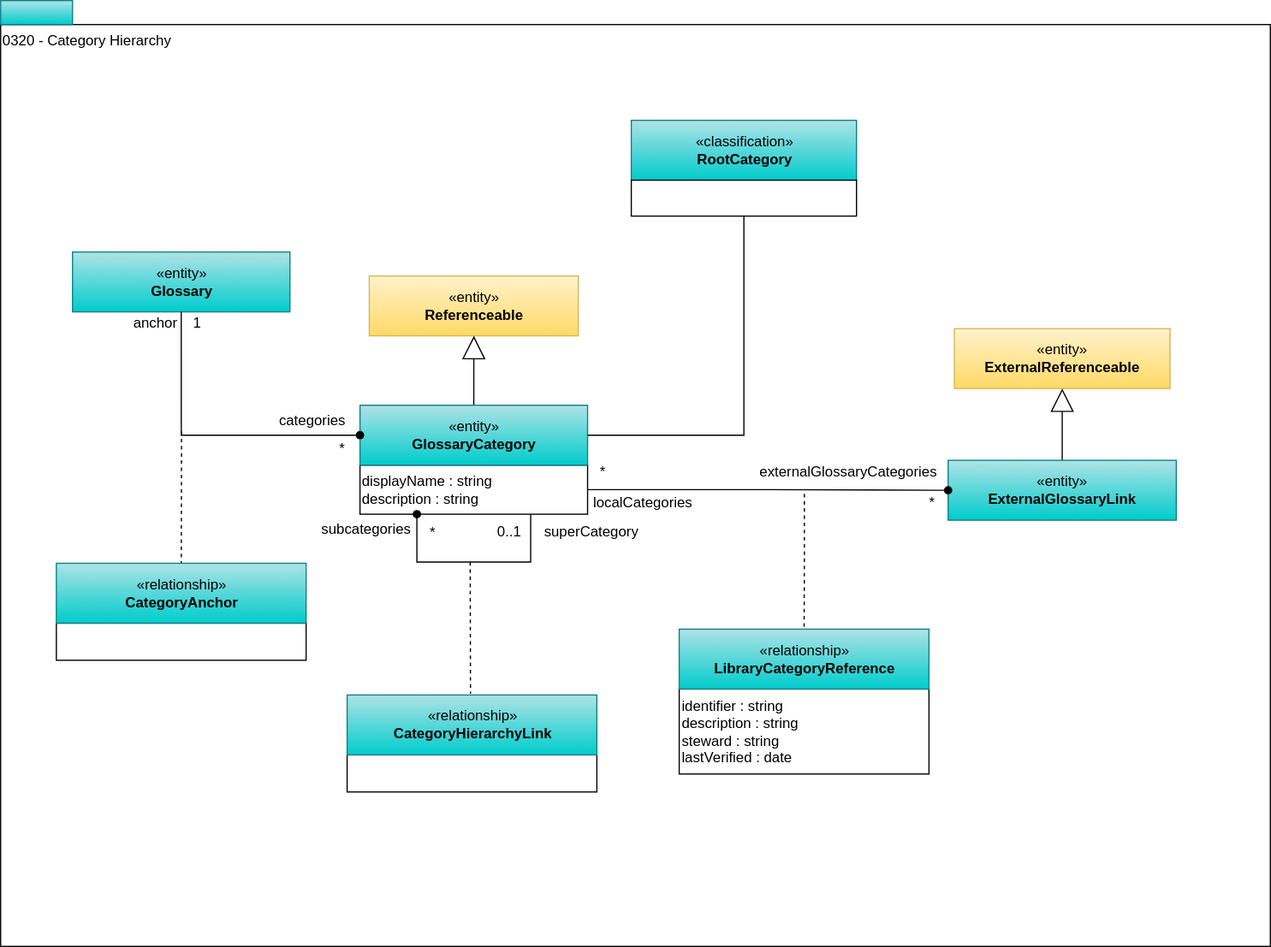
Above: site/docs/types/3/0320-Category-Hierarchy.svg in odpi/egeria-docs (draw.io), before the change. Source tidied: cells renumbered, new cells last; positions are measured from the earlier drawing's top-left corner, leaving out a move shared by most shapes.
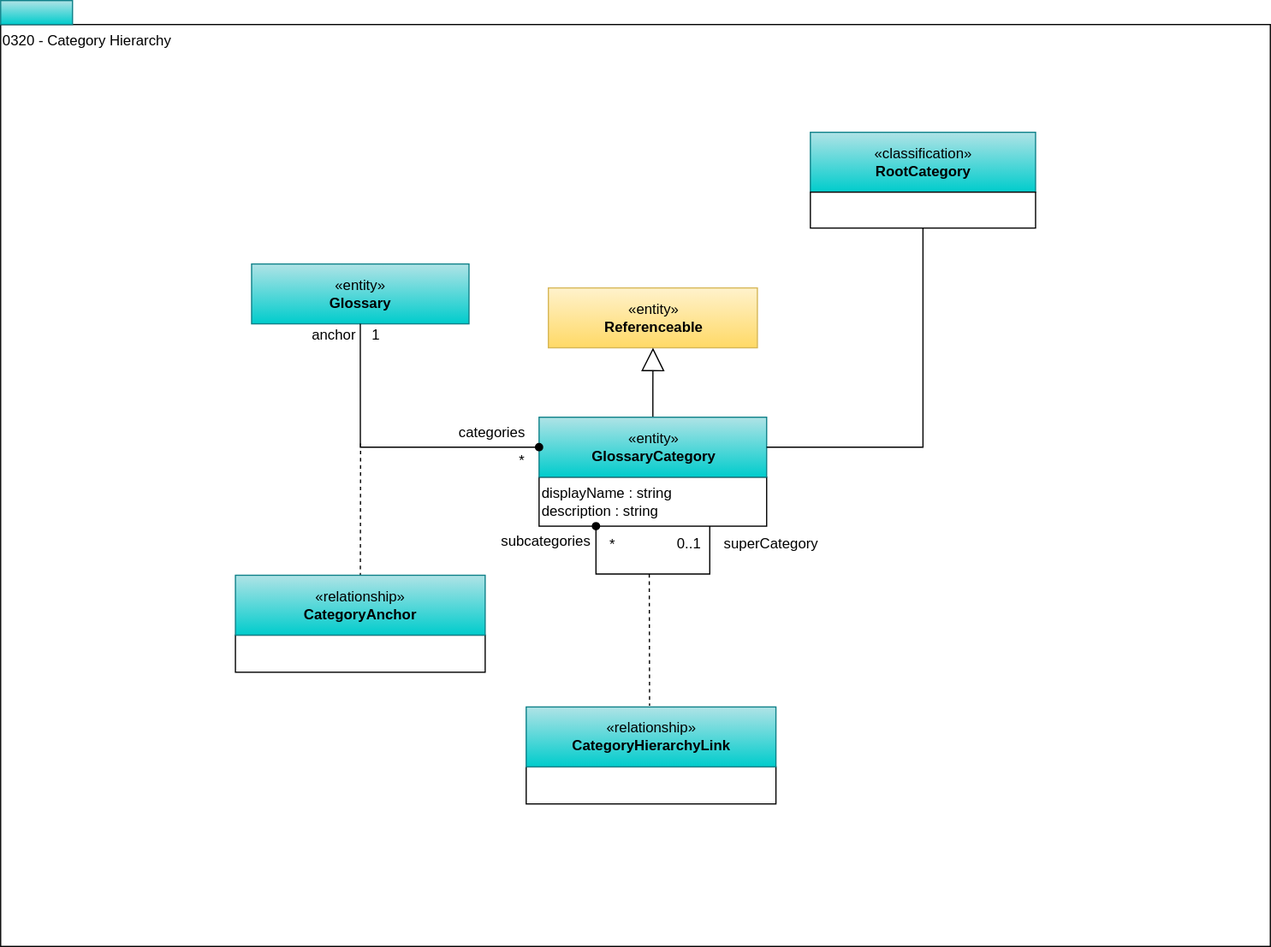
The same file after the commit.

The edit, as a diff of the source:
```diff
@@ -6,128 +6,93 @@
       <mxGeometry y="20" width="1060" height="770" as="geometry" />
     </mxCell>
     <mxCell id="3" value="«entity»&lt;br&gt;&lt;b&gt;Referenceable&lt;/b&gt;" style="html=1;strokeColor=#d6b656;align=center;fillColor=#fff2cc;gradientColor=#ffd966;" parent="1" vertex="1">
-      <mxGeometry x="307.8" y="230" width="174.5" height="50" as="geometry" />
+      <mxGeometry x="457.2" y="240" width="174.5" height="50" as="geometry" />
     </mxCell>
     <mxCell id="4" value="displayName : string&lt;br&gt;description : string" style="rounded=0;whiteSpace=wrap;html=1;strokeColor=#000000;gradientColor=#ffffff;align=left;" parent="1" vertex="1">
-      <mxGeometry x="300" y="388" width="190" height="41" as="geometry" />
+      <mxGeometry x="449.5" y="398" width="190" height="41" as="geometry" />
     </mxCell>
-    <mxCell id="5" value="*" style="text;html=1;strokeColor=none;fillColor=none;align=center;verticalAlign=middle;whiteSpace=wrap;rounded=0;" parent="1" vertex="1">
-      <mxGeometry x="765" y="411" width="26" height="18" as="geometry" />
+    <mxCell id="5" style="rounded=0;whiteSpace=wrap;html=1;align=left;fillColor=#b0e3e6;strokeColor=#0e8088;gradientColor=#00CCCC;" parent="1" vertex="1">
+      <mxGeometry width="60" height="20" as="geometry" />
     </mxCell>
-    <mxCell id="6" style="endArrow=none;dashed=1;html=1;entryX=0.5;entryY=0;entryDx=0;entryDy=0;edgeStyle=orthogonalEdgeStyle;rounded=0;" parent="1" edge="1" target="18">
-      <mxGeometry relative="1" as="geometry">
-        <mxPoint x="671" y="412" as="sourcePoint" />
-      </mxGeometry>
+    <mxCell id="6" style="edgeStyle=orthogonalEdgeStyle;rounded=0;jettySize=auto;html=1;exitX=0.5;exitY=0;exitDx=0;exitDy=0;endArrow=block;endFill=0;endSize=17;" parent="1" edge="1" source="7" target="3">
+      <mxGeometry relative="1" as="geometry" />
     </mxCell>
-    <mxCell id="7" value="identifier : string&lt;br&gt;description : string&lt;br&gt;steward : string&lt;br&gt;lastVerified : date" style="rounded=0;whiteSpace=wrap;html=1;strokeColor=#000000;gradientColor=#ffffff;align=left;" parent="1" vertex="1">
-      <mxGeometry x="566.5" y="575" width="208.5" height="71" as="geometry" />
+    <mxCell id="7" value="«entity»&lt;br&gt;&lt;b&gt;GlossaryCategory&lt;/b&gt;" style="html=1;strokeColor=#0e8088;align=center;fillColor=#b0e3e6;gradientColor=#00CCCC;" parent="1" vertex="1">
+      <mxGeometry x="449.5" y="348" width="190" height="50" as="geometry" />
     </mxCell>
-    <mxCell id="8" value="externalGlossaryCategories" style="text;html=1;strokeColor=none;fillColor=none;align=center;verticalAlign=middle;whiteSpace=wrap;rounded=0;" parent="1" vertex="1">
-      <mxGeometry x="639" y="384" width="137.5" height="20" as="geometry" />
+    <mxCell id="8" style="edgeStyle=orthogonalEdgeStyle;rounded=0;orthogonalLoop=1;jettySize=auto;html=1;exitX=0.75;exitY=1;exitDx=0;exitDy=0;endArrow=oval;endFill=1;entryX=0.25;entryY=1;entryDx=0;entryDy=0;" parent="1" edge="1" source="4" target="4">
+      <mxGeometry relative="1" as="geometry">
+        <Array as="points">
+          <mxPoint x="592.5" y="479" />
+          <mxPoint x="497.5" y="479" />
+        </Array>
+      </mxGeometry>
     </mxCell>
-    <mxCell id="9" value="localCategories" style="text;html=1;strokeColor=none;fillColor=none;align=center;verticalAlign=middle;whiteSpace=wrap;rounded=0;" parent="1" vertex="1">
-      <mxGeometry x="492.5" y="410" width="87" height="20" as="geometry" />
+    <mxCell id="9" value="«entity»&lt;br&gt;&lt;b&gt;Glossary&lt;/b&gt;" style="html=1;strokeColor=#0e8088;align=center;fillColor=#b0e3e6;gradientColor=#00CCCC;" parent="1" vertex="1">
+      <mxGeometry x="209.5" y="220" width="181.5" height="50" as="geometry" />
     </mxCell>
-    <mxCell id="10" value="*" style="text;html=1;strokeColor=none;fillColor=none;align=center;verticalAlign=middle;whiteSpace=wrap;rounded=0;" parent="1" vertex="1">
-      <mxGeometry x="490" y="385" width="26" height="18" as="geometry" />
+    <mxCell id="10" style="endArrow=none;dashed=1;html=1;" parent="1" edge="1" target="12">
+      <mxGeometry relative="1" as="geometry">
+        <mxPoint x="300.5" y="370" as="sourcePoint" />
+      </mxGeometry>
     </mxCell>
-    <mxCell id="11" style="rounded=0;whiteSpace=wrap;html=1;align=left;fillColor=#b0e3e6;strokeColor=#0e8088;gradientColor=#00CCCC;" parent="1" vertex="1">
-      <mxGeometry width="60" height="20" as="geometry" />
+    <mxCell id="11" style="rounded=0;whiteSpace=wrap;html=1;strokeColor=#000000;gradientColor=#ffffff;align=left;" parent="1" vertex="1">
+      <mxGeometry x="196" y="530" width="208.5" height="31" as="geometry" />
     </mxCell>
-    <mxCell id="12" style="edgeStyle=orthogonalEdgeStyle;rounded=0;jettySize=auto;html=1;exitX=0.5;exitY=0;exitDx=0;exitDy=0;endArrow=block;endFill=0;endSize=17;" parent="1" edge="1" source="13" target="3">
-      <mxGeometry relative="1" as="geometry" />
+    <mxCell id="12" value="«relationship»&lt;br&gt;&lt;b&gt;CategoryAnchor&lt;/b&gt;" style="html=1;strokeColor=#0e8088;align=center;fillColor=#b0e3e6;gradientColor=#00CCCC;" parent="1" vertex="1">
+      <mxGeometry x="196" y="480" width="208.5" height="50" as="geometry" />
     </mxCell>
-    <mxCell id="13" value="«entity»&lt;br&gt;&lt;b&gt;GlossaryCategory&lt;/b&gt;" style="html=1;strokeColor=#0e8088;align=center;fillColor=#b0e3e6;gradientColor=#00CCCC;" parent="1" vertex="1">
-      <mxGeometry x="300" y="338" width="190" height="50" as="geometry" />
+    <mxCell id="13" style="endArrow=none;dashed=1;html=1;" parent="1" edge="1">
+      <mxGeometry relative="1" as="geometry">
+        <mxPoint x="541.5" y="479" as="sourcePoint" />
+        <mxPoint x="541.8" y="589" as="targetPoint" />
+      </mxGeometry>
     </mxCell>
-    <mxCell id="14" style="edgeStyle=orthogonalEdgeStyle;rounded=0;orthogonalLoop=1;jettySize=auto;html=1;exitX=0.75;exitY=1;exitDx=0;exitDy=0;endArrow=oval;endFill=1;entryX=0.25;entryY=1;entryDx=0;entryDy=0;" parent="1" edge="1" source="4" target="4">
-      <mxGeometry relative="1" as="geometry">
-        <Array as="points">
-          <mxPoint x="443" y="469" />
-          <mxPoint x="348" y="469" />
-        </Array>
-      </mxGeometry>
+    <mxCell id="14" style="rounded=0;whiteSpace=wrap;html=1;strokeColor=#000000;gradientColor=#ffffff;align=left;" parent="1" vertex="1">
+      <mxGeometry x="438.8" y="640" width="208.5" height="31" as="geometry" />
     </mxCell>
-    <mxCell id="15" value="«entity»&lt;br&gt;&lt;b&gt;ExternalReferenceable&lt;/b&gt;" style="html=1;strokeColor=#d6b656;align=center;fillColor=#fff2cc;gradientColor=#ffd966;" parent="1" vertex="1">
-      <mxGeometry x="796.2" y="274" width="180" height="50" as="geometry" />
+    <mxCell id="15" value="«relationship»&lt;br&gt;&lt;b&gt;CategoryHierarchyLink&lt;/b&gt;" style="html=1;strokeColor=#0e8088;align=center;fillColor=#b0e3e6;gradientColor=#00CCCC;" parent="1" vertex="1">
+      <mxGeometry x="438.8" y="590" width="208.5" height="50" as="geometry" />
     </mxCell>
-    <mxCell id="16" style="edgeStyle=orthogonalEdgeStyle;rounded=0;jettySize=auto;html=1;exitX=0.5;exitY=0;exitDx=0;exitDy=0;endArrow=block;endFill=0;endSize=17;" parent="1" edge="1" source="17" target="15">
-      <mxGeometry relative="1" as="geometry" />
+    <mxCell id="16" value="*" style="text;html=1;strokeColor=none;fillColor=none;align=center;verticalAlign=middle;whiteSpace=wrap;rounded=0;" parent="1" vertex="1">
+      <mxGeometry x="497.5" y="446" width="26" height="18" as="geometry" />
     </mxCell>
-    <mxCell id="17" value="«entity»&lt;br&gt;&lt;b&gt;ExternalGlossaryLink&lt;/b&gt;" style="html=1;strokeColor=#0e8088;align=center;fillColor=#b0e3e6;gradientColor=#00CCCC;" parent="1" vertex="1">
-      <mxGeometry x="791" y="384" width="190.5" height="50" as="geometry" />
+    <mxCell id="17" value="0..1" style="text;html=1;strokeColor=none;fillColor=none;align=center;verticalAlign=middle;whiteSpace=wrap;rounded=0;" parent="1" vertex="1">
+      <mxGeometry x="561.5" y="445" width="26" height="18" as="geometry" />
     </mxCell>
-    <mxCell id="18" value="«relationship»&lt;br&gt;&lt;b&gt;LibraryCategoryReference&lt;/b&gt;" style="html=1;strokeColor=#0e8088;align=center;fillColor=#b0e3e6;gradientColor=#00CCCC;" parent="1" vertex="1">
-      <mxGeometry x="566.5" y="525" width="208.5" height="50" as="geometry" />
+    <mxCell id="18" value="superCategory" style="text;html=1;strokeColor=none;fillColor=none;align=center;verticalAlign=middle;whiteSpace=wrap;rounded=0;" parent="1" vertex="1">
+      <mxGeometry x="599.5" y="444" width="87" height="20" as="geometry" />
     </mxCell>
-    <mxCell id="19" value="«entity»&lt;br&gt;&lt;b&gt;Glossary&lt;/b&gt;" style="html=1;strokeColor=#0e8088;align=center;fillColor=#b0e3e6;gradientColor=#00CCCC;" parent="1" vertex="1">
-      <mxGeometry x="60" y="210" width="181.5" height="50" as="geometry" />
+    <mxCell id="19" value="anchor" style="text;html=1;align=center;verticalAlign=middle;points=[];" parent="1" vertex="1">
+      <mxGeometry x="253" y="270" width="50" height="20" as="geometry" />
     </mxCell>
-    <mxCell id="20" style="endArrow=none;dashed=1;html=1;" parent="1" edge="1" target="22">
-      <mxGeometry relative="1" as="geometry">
-        <mxPoint x="151" y="360" as="sourcePoint" />
-      </mxGeometry>
+    <mxCell id="20" value="categories" style="text;html=1;align=center;verticalAlign=middle;" parent="1" vertex="1">
+      <mxGeometry x="374.5" y="351" width="70" height="20" as="geometry" />
     </mxCell>
-    <mxCell id="21" style="rounded=0;whiteSpace=wrap;html=1;strokeColor=#000000;gradientColor=#ffffff;align=left;" parent="1" vertex="1">
-      <mxGeometry x="46.5" y="520" width="208.5" height="31" as="geometry" />
+    <mxCell id="21" value="*" style="text;html=1;align=center;verticalAlign=middle;" parent="1" vertex="1">
+      <mxGeometry x="424.5" y="375" width="20" height="20" as="geometry" />
     </mxCell>
-    <mxCell id="22" value="«relationship»&lt;br&gt;&lt;b&gt;CategoryAnchor&lt;/b&gt;" style="html=1;strokeColor=#0e8088;align=center;fillColor=#b0e3e6;gradientColor=#00CCCC;" parent="1" vertex="1">
-      <mxGeometry x="46.5" y="470" width="208.5" height="50" as="geometry" />
+    <mxCell id="22" value="1" style="text;html=1;align=center;verticalAlign=middle;points=[];" parent="1" vertex="1">
+      <mxGeometry x="303" y="270" width="20" height="20" as="geometry" />
     </mxCell>
-    <mxCell id="23" style="endArrow=none;dashed=1;html=1;" parent="1" edge="1">
-      <mxGeometry relative="1" as="geometry">
-        <mxPoint x="392" y="469" as="sourcePoint" />
-        <mxPoint x="392.2" y="579" as="targetPoint" />
-      </mxGeometry>
+    <mxCell id="23" value="subcategories" style="text;html=1;align=center;verticalAlign=middle;" parent="1" vertex="1">
+      <mxGeometry x="409.5" y="442" width="90" height="20" as="geometry" />
     </mxCell>
-    <mxCell id="24" style="rounded=0;whiteSpace=wrap;html=1;strokeColor=#000000;gradientColor=#ffffff;align=left;" parent="1" vertex="1">
-      <mxGeometry x="289.2" y="630" width="208.5" height="31" as="geometry" />
+    <mxCell id="24" style="edgeStyle=orthogonalEdgeStyle;rounded=0;jettySize=auto;html=1;exitX=0.5;exitY=1;exitDx=0;exitDy=0;endArrow=oval;endFill=1;" parent="1" edge="1" source="9" target="7">
+      <mxGeometry relative="1" as="geometry">
+        <Array as="points">
+          <mxPoint x="300" y="373" />
+        </Array>
+      </mxGeometry>
     </mxCell>
-    <mxCell id="25" value="«relationship»&lt;br&gt;&lt;b&gt;CategoryHierarchyLink&lt;/b&gt;" style="html=1;strokeColor=#0e8088;align=center;fillColor=#b0e3e6;gradientColor=#00CCCC;" parent="1" vertex="1">
-      <mxGeometry x="289.2" y="580" width="208.5" height="50" as="geometry" />
+    <mxCell id="25" style="edgeStyle=orthogonalEdgeStyle;rounded=0;jettySize=auto;html=1;exitX=1;exitY=0.5;exitDx=0;exitDy=0;entryX=0.5;entryY=1;entryDx=0;entryDy=0;endArrow=none;endFill=0;" parent="1" edge="1" source="7" target="27">
+      <mxGeometry relative="1" as="geometry" />
     </mxCell>
-    <mxCell id="26" value="*" style="text;html=1;strokeColor=none;fillColor=none;align=center;verticalAlign=middle;whiteSpace=wrap;rounded=0;" parent="1" vertex="1">
-      <mxGeometry x="348" y="436" width="26" height="18" as="geometry" />
+    <mxCell id="26" value="«classification»&lt;br&gt;&lt;b&gt;RootCategory&lt;/b&gt;" style="html=1;strokeColor=#0e8088;align=center;fillColor=#b0e3e6;gradientColor=#00CCCC;" parent="1" vertex="1">
+      <mxGeometry x="676" y="110" width="188" height="50" as="geometry" />
     </mxCell>
-    <mxCell id="27" value="0..1" style="text;html=1;strokeColor=none;fillColor=none;align=center;verticalAlign=middle;whiteSpace=wrap;rounded=0;" parent="1" vertex="1">
-      <mxGeometry x="412" y="435" width="26" height="18" as="geometry" />
+    <mxCell id="27" value="&lt;br&gt;&lt;div style=&quot;text-align: left&quot;&gt;&lt;/div&gt;" style="rounded=0;whiteSpace=wrap;html=1;strokeColor=#000000;gradientColor=#ffffff;align=left;" parent="1" vertex="1">
+      <mxGeometry x="676" y="160" width="188" height="30" as="geometry" />
     </mxCell>
-    <mxCell id="28" value="superCategory" style="text;html=1;strokeColor=none;fillColor=none;align=center;verticalAlign=middle;whiteSpace=wrap;rounded=0;" parent="1" vertex="1">
-      <mxGeometry x="450" y="434" width="87" height="20" as="geometry" />
-    </mxCell>
-    <mxCell id="29" value="anchor" style="text;html=1;align=center;verticalAlign=middle;" parent="1" vertex="1">
-      <mxGeometry x="103.5" y="260" width="50" height="20" as="geometry" />
-    </mxCell>
-    <mxCell id="30" value="categories" style="text;html=1;align=center;verticalAlign=middle;" parent="1" vertex="1">
-      <mxGeometry x="225" y="341" width="70" height="20" as="geometry" />
-    </mxCell>
-    <mxCell id="31" value="*" style="text;html=1;align=center;verticalAlign=middle;" parent="1" vertex="1">
-      <mxGeometry x="275" y="365" width="20" height="20" as="geometry" />
-    </mxCell>
-    <mxCell id="32" value="1" style="text;html=1;align=center;verticalAlign=middle;" parent="1" vertex="1">
-      <mxGeometry x="153.5" y="260" width="20" height="20" as="geometry" />
-    </mxCell>
-    <mxCell id="33" value="subcategories" style="text;html=1;align=center;verticalAlign=middle;" parent="1" vertex="1">
-      <mxGeometry x="260" y="432" width="90" height="20" as="geometry" />
-    </mxCell>
-    <mxCell id="34" style="edgeStyle=orthogonalEdgeStyle;rounded=0;jettySize=auto;html=1;exitX=0.5;exitY=1;exitDx=0;exitDy=0;endArrow=oval;endFill=1;" parent="1" edge="1" source="19" target="13">
-      <mxGeometry relative="1" as="geometry">
-        <Array as="points">
-          <mxPoint x="150.5" y="363" />
-        </Array>
-      </mxGeometry>
-    </mxCell>
-    <mxCell id="35" style="edgeStyle=orthogonalEdgeStyle;rounded=0;html=1;exitX=1;exitY=0.5;entryX=0;entryY=0.5;jettySize=auto;endArrow=oval;endFill=1;entryDx=0;entryDy=0;exitDx=0;exitDy=0;" parent="1" edge="1" source="4" target="17">
-      <mxGeometry relative="1" as="geometry" />
-    </mxCell>
-    <mxCell id="36" style="edgeStyle=orthogonalEdgeStyle;rounded=0;jettySize=auto;html=1;exitX=1;exitY=0.5;exitDx=0;exitDy=0;entryX=0.5;entryY=1;entryDx=0;entryDy=0;endArrow=none;endFill=0;" parent="1" edge="1" source="13" target="38">
-      <mxGeometry relative="1" as="geometry" />
-    </mxCell>
-    <mxCell id="37" value="«classification»&lt;br&gt;&lt;b&gt;RootCategory&lt;/b&gt;" style="html=1;strokeColor=#0e8088;align=center;fillColor=#b0e3e6;gradientColor=#00CCCC;" parent="1" vertex="1">
-      <mxGeometry x="526.5" y="100" width="188" height="50" as="geometry" />
-    </mxCell>
-    <mxCell id="38" value="&lt;br&gt;&lt;div style=&quot;text-align: left&quot;&gt;&lt;/div&gt;" style="rounded=0;whiteSpace=wrap;html=1;strokeColor=#000000;gradientColor=#ffffff;align=left;" parent="1" vertex="1">
-      <mxGeometry x="526.5" y="150" width="188" height="30" as="geometry" />
-    </mxCell>
   </root>
 </mxGraphModel>
```
